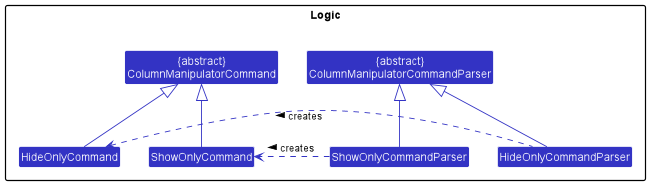
Before: docs/images/AbstractClassesForShowHideFeature.png, a diagram exported from PlantUML (nus-cs2103-AY2223S1/tp).
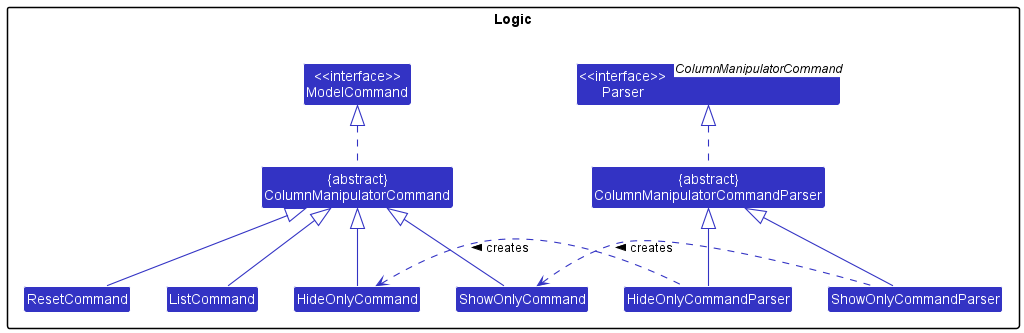
Later version of the same file.

Commit message:
Update UML diagram for show/hide abstract classes

Diff of the diagram source:
```diff
@@ -3,25 +3,34 @@
 skinparam arrowThickness 1.1
 skinparam arrowColor LOGIC_COLOR
 skinparam classBackgroundColor LOGIC_COLOR
+skinparam classStereotypeFontColor #000000
 
 package Logic {
 
+Class "<<interface>>\nModelCommand" as ModelCommand
+Class "<<interface>>\nParser" as Parser<ColumnManipulatorCommand>
 Class "{abstract}\nColumnManipulatorCommand" as ColumnManipulatorCommand
 Class "{abstract}\nColumnManipulatorCommandParser" as ColumnManipulatorCommandParser
 Class ShowOnlyCommand
 Class HideOnlyCommand
+Class ResetCommand
+Class ListCommand
 Class ShowOnlyCommandParser
 Class HideOnlyCommandParser
 
 }
 
+ColumnManipulatorCommand .up.|> ModelCommand
+ColumnManipulatorCommandParser .up.|> Parser
+ListCommand -up-|> ColumnManipulatorCommand
+ResetCommand -up-|> ColumnManipulatorCommand
 ShowOnlyCommand -up-|> ColumnManipulatorCommand
 HideOnlyCommand -up-|> ColumnManipulatorCommand
 ShowOnlyCommandParser -up-|> ColumnManipulatorCommandParser
 HideOnlyCommandParser -up-|> ColumnManipulatorCommandParser
 
 HideOnlyCommandParser .up.> HideOnlyCommand : creates >
-ShowOnlyCommandParser ..> ShowOnlyCommand : creates >
+ShowOnlyCommandParser .up.> ShowOnlyCommand : creates >
 
 ColumnManipulatorCommand -[hidden]right-> ColumnManipulatorCommandParser
 HideOnlyCommand -[hidden]right-> HideOnlyCommandParser
```
